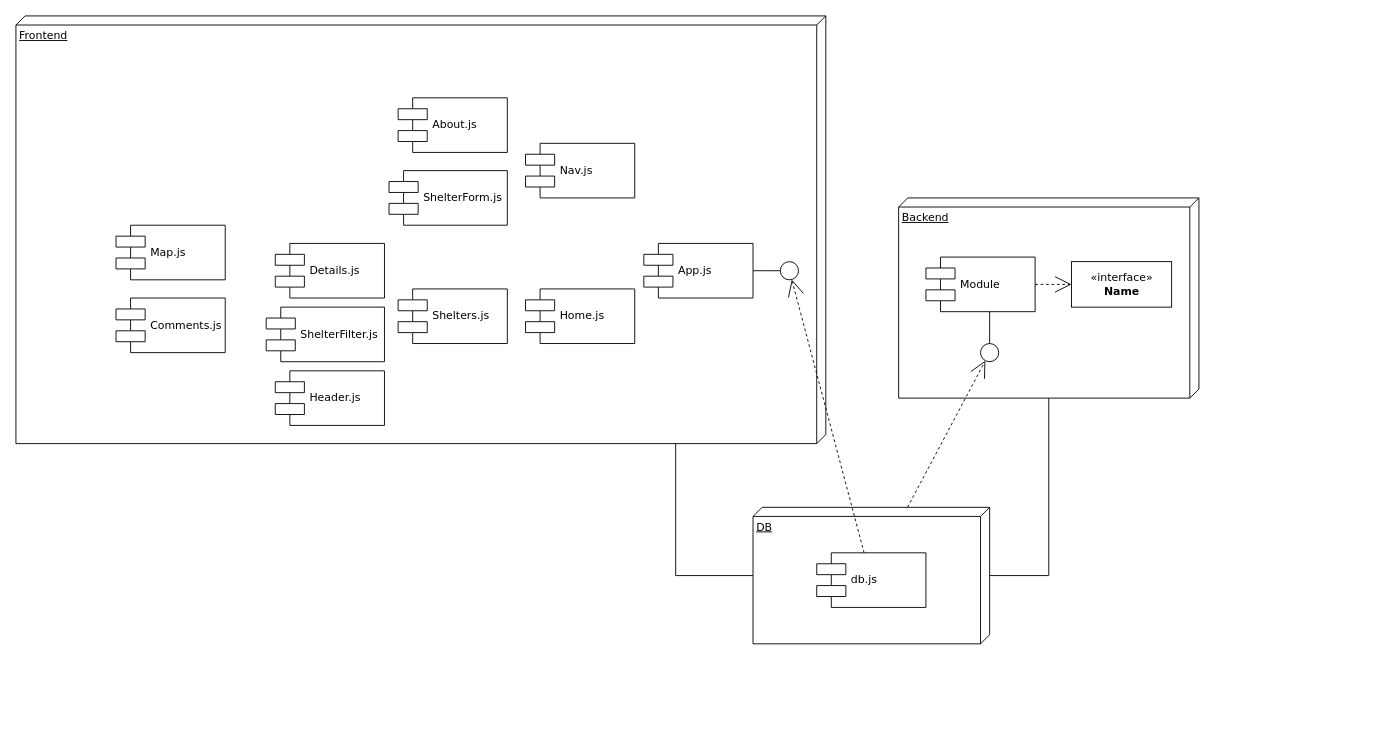
The draw.io diagram Untitled Diagram.drawio in camiloko1989/Final_Project_3380_001, before the edit. Source tidied: cells renumbered, new cells numbered last; positions are measured from the earlier drawing's top-left corner, leaving out a move shared by most shapes. Both pictures are drawn from the tidied source at 91%, with x=0, y=0 at pixel (15, 15).
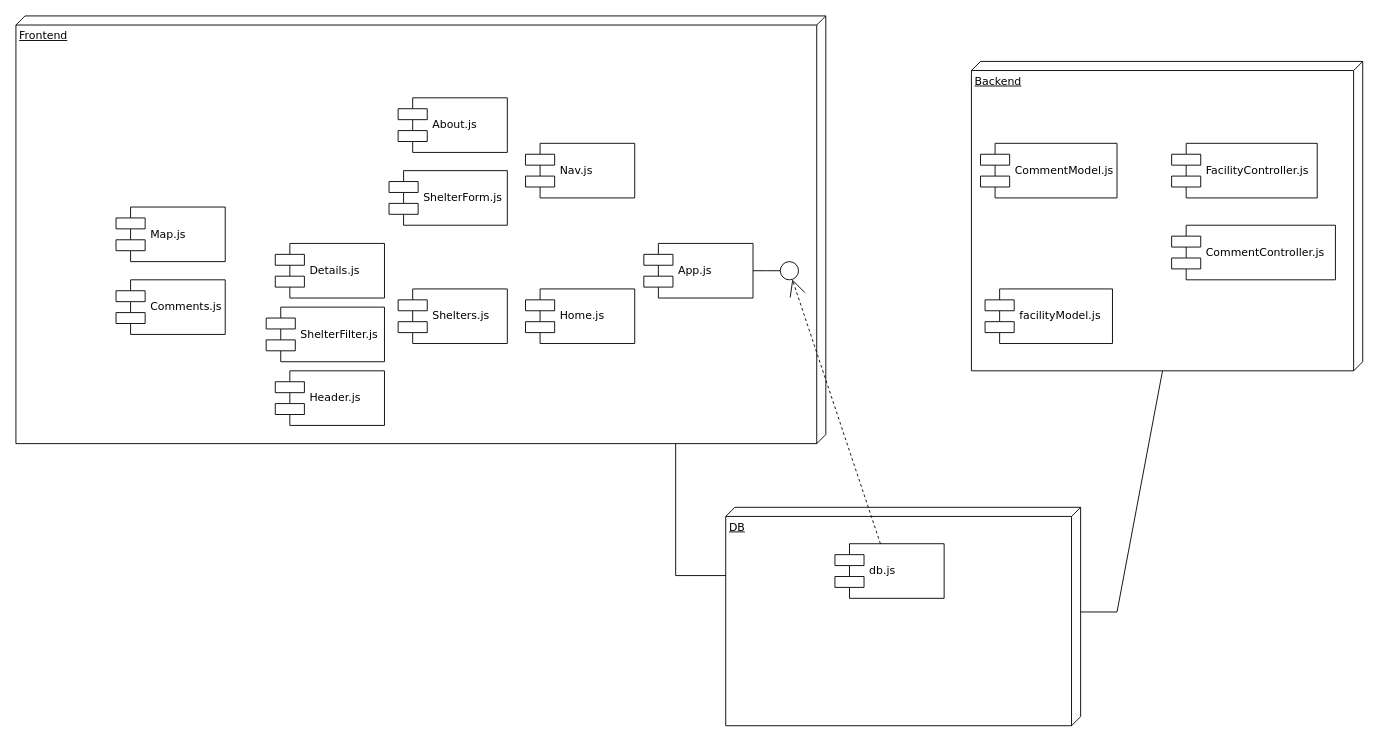
Above is the later version.

Change to the diagram source:
```diff
@@
     <mxCell id="3" value="Backend" style="verticalAlign=top;align=left;spacingTop=8;spacingLeft=2;spacingRight=12;shape=cube;size=10;direction=south;fontStyle=4;html=1;rounded=0;shadow=0;comic=0;labelBackgroundColor=none;strokeWidth=1;fontFamily=Verdana;fontSize=12;" parent="1" vertex="1">
-      <mxGeometry x="970" y="200" width="330" height="220" as="geometry" />
+      <mxGeometry x="1050" y="50" width="430" height="340" as="geometry" />
     </mxCell>
     <mxCell id="4" value="DB" style="verticalAlign=top;align=left;spacingTop=8;spacingLeft=2;spacingRight=12;shape=cube;size=10;direction=south;fontStyle=4;html=1;rounded=0;shadow=0;comic=0;labelBackgroundColor=none;strokeWidth=1;fontFamily=Verdana;fontSize=12;" parent="1" vertex="1">
-      <mxGeometry x="810" y="540" width="260" height="150" as="geometry" />
+      <mxGeometry x="780" y="540" width="390" height="240" as="geometry" />
     </mxCell>
@@
-    <mxCell id="7" value="Module" style="shape=component;align=left;spacingLeft=36;rounded=0;shadow=0;comic=0;labelBackgroundColor=none;strokeWidth=1;fontFamily=Verdana;fontSize=12;html=1;" parent="1" vertex="1">
-      <mxGeometry x="1000" y="265" width="120" height="60" as="geometry" />
-    </mxCell>
-    <mxCell id="8" value="&amp;laquo;interface&amp;raquo;&lt;br&gt;&lt;b&gt;Name&lt;/b&gt;" style="html=1;rounded=0;shadow=0;comic=0;labelBackgroundColor=none;strokeWidth=1;fontFamily=Verdana;fontSize=12;align=center;" parent="1" vertex="1">
-      <mxGeometry x="1160" y="270" width="110" height="50" as="geometry" />
-    </mxCell>
-    <mxCell id="9" style="ellipse;whiteSpace=wrap;html=1;rounded=0;shadow=0;comic=0;labelBackgroundColor=none;strokeWidth=1;fontFamily=Verdana;fontSize=12;align=center;" parent="1" vertex="1">
-      <mxGeometry x="1060" y="360" width="20" height="20" as="geometry" />
-    </mxCell>
     <mxCell id="10" value="db.js" style="shape=component;align=left;spacingLeft=36;rounded=0;shadow=0;comic=0;labelBackgroundColor=none;strokeWidth=1;fontFamily=Verdana;fontSize=12;html=1;" parent="1" vertex="1">
-      <mxGeometry x="880" y="590" width="120" height="60" as="geometry" />
+      <mxGeometry x="900" y="580" width="120" height="60" as="geometry" />
     </mxCell>
@@
-    <mxCell id="12" style="edgeStyle=none;rounded=0;html=1;dashed=1;labelBackgroundColor=none;startArrow=none;startFill=0;startSize=8;endArrow=open;endFill=0;endSize=16;fontFamily=Verdana;fontSize=12;" parent="1" edge="1" source="4" target="9">
-      <mxGeometry relative="1" as="geometry" />
-    </mxCell>
-    <mxCell id="13" style="edgeStyle=elbowEdgeStyle;rounded=0;html=1;labelBackgroundColor=none;startArrow=none;startFill=0;startSize=8;endArrow=none;endFill=0;endSize=16;fontFamily=Verdana;fontSize=12;" parent="1" edge="1" source="9" target="7">
-      <mxGeometry relative="1" as="geometry" />
-    </mxCell>
@@
-    <mxCell id="15" style="edgeStyle=orthogonalEdgeStyle;rounded=0;html=1;dashed=1;labelBackgroundColor=none;startArrow=none;startFill=0;startSize=8;endArrow=open;endFill=0;endSize=16;fontFamily=Verdana;fontSize=12;" parent="1" edge="1" source="7" target="8">
-      <mxGeometry relative="1" as="geometry" />
-    </mxCell>
-    <mxCell id="16" style="edgeStyle=orthogonalEdgeStyle;rounded=0;html=1;labelBackgroundColor=none;startArrow=none;startFill=0;startSize=8;endArrow=none;endFill=0;endSize=16;fontFamily=Verdana;fontSize=12;" parent="1" edge="1" source="4" target="3">
-      <mxGeometry relative="1" as="geometry">
-        <Array as="points">
-          <mxPoint x="1135" y="615" />
-        </Array>
-      </mxGeometry>
-    </mxCell>
@@
     <mxCell id="26" value="Map.js" style="shape=component;align=left;spacingLeft=36;rounded=0;shadow=0;comic=0;labelBackgroundColor=none;strokeWidth=1;fontFamily=Verdana;fontSize=12;html=1;" parent="1" vertex="1">
-      <mxGeometry x="110" y="230" width="120" height="60" as="geometry" />
+      <mxGeometry x="110" y="210" width="120" height="60" as="geometry" />
     </mxCell>
     <mxCell id="27" value="Comments.js" style="shape=component;align=left;spacingLeft=36;rounded=0;shadow=0;comic=0;labelBackgroundColor=none;strokeWidth=1;fontFamily=Verdana;fontSize=12;html=1;" parent="1" vertex="1">
-      <mxGeometry x="110" y="310" width="120" height="60" as="geometry" />
+      <mxGeometry x="110" y="290" width="120" height="60" as="geometry" />
     </mxCell>
+    <mxCell id="28" value="CommentModel.js" style="shape=component;align=left;spacingLeft=36;rounded=0;shadow=0;comic=0;labelBackgroundColor=none;strokeWidth=1;fontFamily=Verdana;fontSize=12;html=1;" parent="1" vertex="1">
+      <mxGeometry x="1060" y="140" width="150" height="60" as="geometry" />
+    </mxCell>
+    <mxCell id="29" value="facilityModel.js" style="shape=component;align=left;spacingLeft=36;rounded=0;shadow=0;comic=0;labelBackgroundColor=none;strokeWidth=1;fontFamily=Verdana;fontSize=12;html=1;" parent="1" vertex="1">
+      <mxGeometry x="1065" y="300" width="140" height="60" as="geometry" />
+    </mxCell>
+    <mxCell id="16" style="endArrow=none;html=1;rounded=0;exitX=0;exitY=0;exitDx=115;exitDy=0;exitPerimeter=0;entryX=0;entryY=0;entryDx=340;entryDy=220;entryPerimeter=0;" parent="1" edge="1" source="4" target="3">
+      <mxGeometry relative="1" as="geometry">
+        <Array as="points">
+          <mxPoint x="1210" y="655" />
+        </Array>
+      </mxGeometry>
+    </mxCell>
+    <mxCell id="30" value="FacilityController.js" style="shape=component;align=left;spacingLeft=36;rounded=0;shadow=0;comic=0;labelBackgroundColor=none;strokeWidth=1;fontFamily=Verdana;fontSize=12;html=1;" parent="1" vertex="1">
+      <mxGeometry x="1270" y="140" width="160" height="60" as="geometry" />
+    </mxCell>
+    <mxCell id="31" value="CommentController.js" style="shape=component;align=left;spacingLeft=36;rounded=0;shadow=0;comic=0;labelBackgroundColor=none;strokeWidth=1;fontFamily=Verdana;fontSize=12;html=1;" parent="1" vertex="1">
+      <mxGeometry x="1270" y="230" width="180" height="60" as="geometry" />
+    </mxCell>
```
